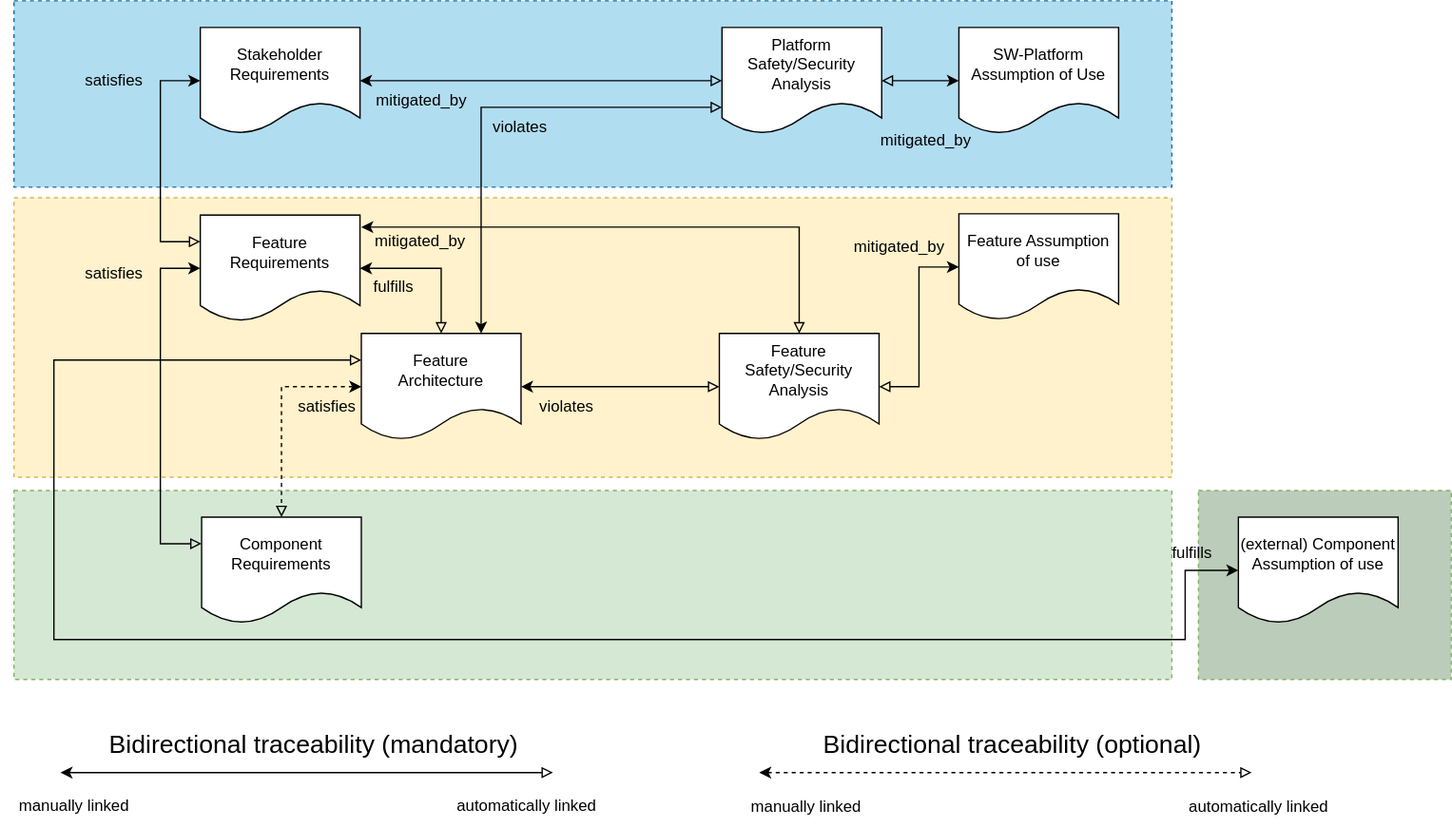
eclipse-score/process_description keeps this draw.io diagram as main/_images/score_traceability_model_feat_overview.drawio.svg. Above is the earlier version. Source tidied: cells renumbered, new cells last; positions are measured from the earlier drawing's top-left corner, leaving out a move shared by most shapes.
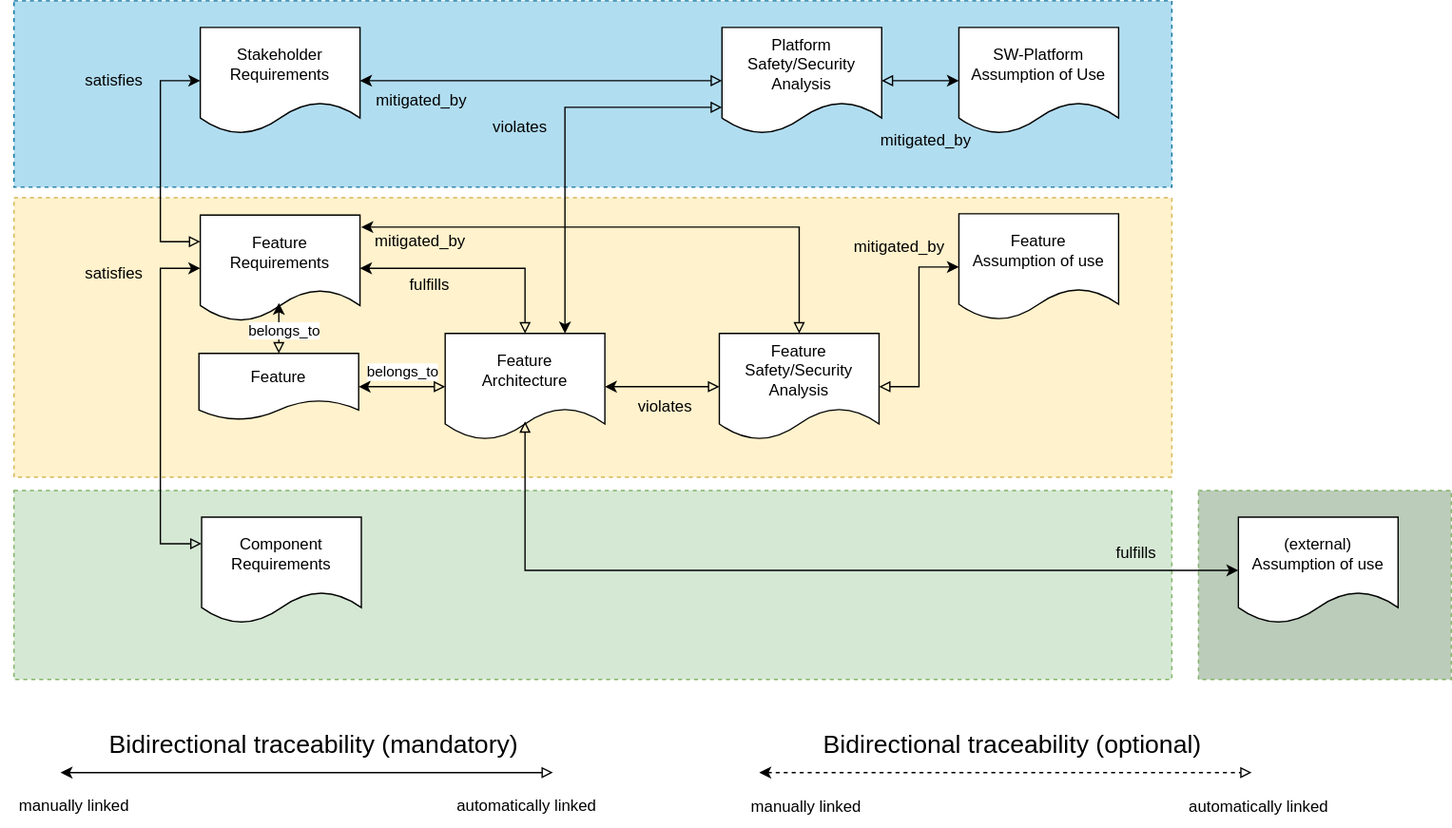
The same file after the commit.

The edit, as a diff of the source:
```diff
@@ -22,35 +22,31 @@
     <mxCell id="6" value="Component Requirements" style="shape=document;whiteSpace=wrap;html=1;boundedLbl=1;" parent="1" vertex="1">
       <mxGeometry x="151" y="388" width="120" height="80" as="geometry" />
     </mxCell>
-    <mxCell id="7" style="edgeStyle=orthogonalEdgeStyle;rounded=0;jettySize=auto;html=1;entryX=1;entryY=0.5;entryDx=0;entryDy=0;exitX=0.5;exitY=0;exitDx=0;exitDy=0;startArrow=block;startFill=0;" parent="1" edge="1" source="10" target="4">
+    <mxCell id="7" style="edgeStyle=orthogonalEdgeStyle;rounded=0;jettySize=auto;html=1;exitX=0.5;exitY=0;exitDx=0;exitDy=0;startArrow=block;startFill=0;entryX=0.492;entryY=0.825;entryDx=0;entryDy=0;entryPerimeter=0;" parent="1" edge="1" source="47" target="4">
       <mxGeometry relative="1" as="geometry" />
     </mxCell>
-    <mxCell id="8" style="edgeStyle=orthogonalEdgeStyle;rounded=0;jettySize=auto;html=1;entryX=0.5;entryY=0;entryDx=0;entryDy=0;startArrow=classic;startFill=1;exitX=0;exitY=0.5;exitDx=0;exitDy=0;dashed=1;endArrow=block;endFill=0;" parent="1" edge="1" source="10" target="6">
-      <mxGeometry relative="1" as="geometry" />
-    </mxCell>
+    <mxCell id="46" value="belongs_to" style="edgeLabel;html=1;align=center;verticalAlign=middle;" parent="7" vertex="1">
+      <mxGeometry x="-0.41" y="-1" relative="1" as="geometry">
+        <mxPoint x="2" y="-7" as="offset" />
+      </mxGeometry>
+    </mxCell>
     <mxCell id="9" style="edgeStyle=orthogonalEdgeStyle;rounded=0;jettySize=auto;html=1;startArrow=classic;startFill=1;endArrow=block;endFill=0;" parent="1" edge="1" source="10" target="21">
       <mxGeometry relative="1" as="geometry" />
     </mxCell>
     <mxCell id="10" value="Feature&lt;br&gt;Architecture" style="shape=document;whiteSpace=wrap;html=1;boundedLbl=1;" parent="1" vertex="1">
-      <mxGeometry x="271" y="250" width="120" height="80" as="geometry" />
+      <mxGeometry x="334" y="250" width="120" height="80" as="geometry" />
     </mxCell>
-    <mxCell id="11" value="&lt;div style=&quot;font-family: Consolas, &amp;quot;Courier New&amp;quot;, monospace; line-height: 19px;&quot;&gt;&lt;br&gt;&lt;/div&gt;" style="text;html=1;align=center;verticalAlign=middle;strokeColor=none;fillColor=none;fontSize=6;fontColor=#000000;" parent="1" vertex="1">
-      <mxGeometry x="195" y="196" width="20" height="30" as="geometry" />
-    </mxCell>
     <mxCell id="12" style="rounded=0;whiteSpace=wrap;html=1;dashed=1;fillColor=#BBCCBA;strokeColor=#82b366;" parent="1" vertex="1">
       <mxGeometry x="900" y="368" width="190" height="142" as="geometry" />
     </mxCell>
-    <mxCell id="13" style="edgeStyle=orthogonalEdgeStyle;rounded=0;jettySize=auto;html=1;entryX=0;entryY=0.25;entryDx=0;entryDy=0;fontSize=19;startArrow=classic;startFill=1;exitX=0;exitY=0.5;exitDx=0;exitDy=0;endArrow=block;endFill=0;" parent="1" edge="1" source="14" target="10">
+    <mxCell id="13" style="edgeStyle=orthogonalEdgeStyle;rounded=0;jettySize=auto;html=1;entryX=0.5;entryY=0.825;entryDx=0;entryDy=0;fontSize=19;startArrow=classic;startFill=1;exitX=0;exitY=0.5;exitDx=0;exitDy=0;endArrow=block;endFill=0;entryPerimeter=0;" parent="1" edge="1" source="14" target="10">
       <mxGeometry relative="1" as="geometry">
         <Array as="points">
-          <mxPoint x="890" y="428" />
-          <mxPoint x="890" y="480" />
-          <mxPoint x="40" y="480" />
-          <mxPoint x="40" y="270" />
+          <mxPoint x="394" y="428" />
         </Array>
       </mxGeometry>
     </mxCell>
-    <mxCell id="14" value="(external) Component Assumption of use" style="shape=document;whiteSpace=wrap;html=1;boundedLbl=1;" parent="1" vertex="1">
+    <mxCell id="14" value="(external)&lt;br&gt;Assumption of use" style="shape=document;whiteSpace=wrap;html=1;boundedLbl=1;" parent="1" vertex="1">
       <mxGeometry x="930" y="388" width="120" height="80" as="geometry" />
     </mxCell>
     <mxCell id="15" style="rounded=0;whiteSpace=wrap;html=1;dashed=1;fillColor=#b1ddf0;strokeColor=#10739e;" parent="1" vertex="1">
@@ -67,7 +63,7 @@
     <mxCell id="17" value="Stakeholder&lt;br&gt;Requirements" style="shape=document;whiteSpace=wrap;html=1;boundedLbl=1;" parent="1" vertex="1">
       <mxGeometry x="150" y="20" width="120" height="80" as="geometry" />
     </mxCell>
-    <mxCell id="18" value="Feature Assumption of use" style="shape=document;whiteSpace=wrap;html=1;boundedLbl=1;" parent="1" vertex="1">
+    <mxCell id="18" value="Feature&lt;br&gt;Assumption of use" style="shape=document;whiteSpace=wrap;html=1;boundedLbl=1;" parent="1" vertex="1">
       <mxGeometry x="720" y="160" width="120" height="80" as="geometry" />
     </mxCell>
     <mxCell id="19" style="edgeStyle=orthogonalEdgeStyle;rounded=0;jettySize=auto;html=1;entryX=0;entryY=0.5;entryDx=0;entryDy=0;startArrow=block;startFill=0;endArrow=classic;endFill=1;" parent="1" edge="1" source="21" target="18">
@@ -126,14 +122,8 @@
       <mxGeometry x="50" y="190" width="70" height="30" as="geometry" />
     </mxCell>
     <mxCell id="32" value="fulfills" style="text;html=1;align=center;verticalAlign=middle;strokeColor=none;fillColor=none;" parent="1" vertex="1">
-      <mxGeometry x="870" y="400" width="50" height="30" as="geometry" />
+      <mxGeometry x="828" y="400" width="50" height="30" as="geometry" />
     </mxCell>
-    <mxCell id="33" value="satisfies" style="text;html=1;align=center;verticalAlign=middle;strokeColor=none;fillColor=none;" parent="1" vertex="1">
-      <mxGeometry x="210" y="290" width="70" height="30" as="geometry" />
-    </mxCell>
-    <mxCell id="34" value="fulfills" style="text;html=1;align=center;verticalAlign=middle;strokeColor=none;fillColor=none;" parent="1" vertex="1">
-      <mxGeometry x="270" y="200" width="50" height="30" as="geometry" />
-    </mxCell>
     <mxCell id="35" value="mitigated_by" style="text;html=1;align=center;verticalAlign=middle;strokeColor=none;fillColor=none;" parent="1" vertex="1">
       <mxGeometry x="630" y="170" width="90" height="30" as="geometry" />
     </mxCell>
@@ -141,7 +131,7 @@
       <mxGeometry x="270" y="166" width="90" height="30" as="geometry" />
     </mxCell>
     <mxCell id="37" value="violates" style="text;html=1;align=center;verticalAlign=middle;strokeColor=none;fillColor=none;" parent="1" vertex="1">
-      <mxGeometry x="395" y="290" width="60" height="30" as="geometry" />
+      <mxGeometry x="469" y="290" width="60" height="30" as="geometry" />
     </mxCell>
     <mxCell id="38" value="SW-Platform&lt;br&gt;Assumption of Use" style="shape=document;whiteSpace=wrap;html=1;boundedLbl=1;" parent="1" vertex="1">
       <mxGeometry x="720" y="20" width="120" height="80" as="geometry" />
@@ -172,5 +162,26 @@
     <mxCell id="45" value="violates" style="text;html=1;align=center;verticalAlign=middle;strokeColor=none;fillColor=none;" parent="1" vertex="1">
       <mxGeometry x="360" y="80" width="60" height="30" as="geometry" />
     </mxCell>
+    <mxCell id="47" value="Feature" style="shape=document;whiteSpace=wrap;html=1;boundedLbl=1;" parent="1" vertex="1">
+      <mxGeometry x="149" y="265" width="120" height="50" as="geometry" />
+    </mxCell>
+    <mxCell id="48" style="edgeStyle=orthogonalEdgeStyle;rounded=0;jettySize=auto;html=1;exitX=0;exitY=0.5;exitDx=0;exitDy=0;startArrow=block;startFill=0;entryX=1;entryY=0.5;entryDx=0;entryDy=0;" parent="1" edge="1" source="10" target="47">
+      <mxGeometry relative="1" as="geometry" />
+    </mxCell>
+    <mxCell id="49" value="belongs_to" style="edgeLabel;html=1;align=center;verticalAlign=middle;" parent="48" vertex="1">
+      <mxGeometry x="-0.41" y="-1" relative="1" as="geometry">
+        <mxPoint x="-14" y="-11" as="offset" />
+      </mxGeometry>
+    </mxCell>
+    <mxCell id="50" style="edgeStyle=orthogonalEdgeStyle;rounded=0;jettySize=auto;html=1;entryX=0.5;entryY=0;entryDx=0;entryDy=0;fontSize=19;startArrow=classic;startFill=1;exitX=1;exitY=0.5;exitDx=0;exitDy=0;endArrow=block;endFill=0;" parent="1" edge="1" source="4" target="10">
+      <mxGeometry relative="1" as="geometry">
+        <Array as="points">
+          <mxPoint x="394" y="201" />
+        </Array>
+      </mxGeometry>
+    </mxCell>
+    <mxCell id="34" value="fulfills" style="text;html=1;align=center;verticalAlign=middle;strokeColor=none;fillColor=none;" parent="1" vertex="1">
+      <mxGeometry x="297" y="199" width="50" height="30" as="geometry" />
+    </mxCell>
   </root>
 </mxGraphModel>
```
